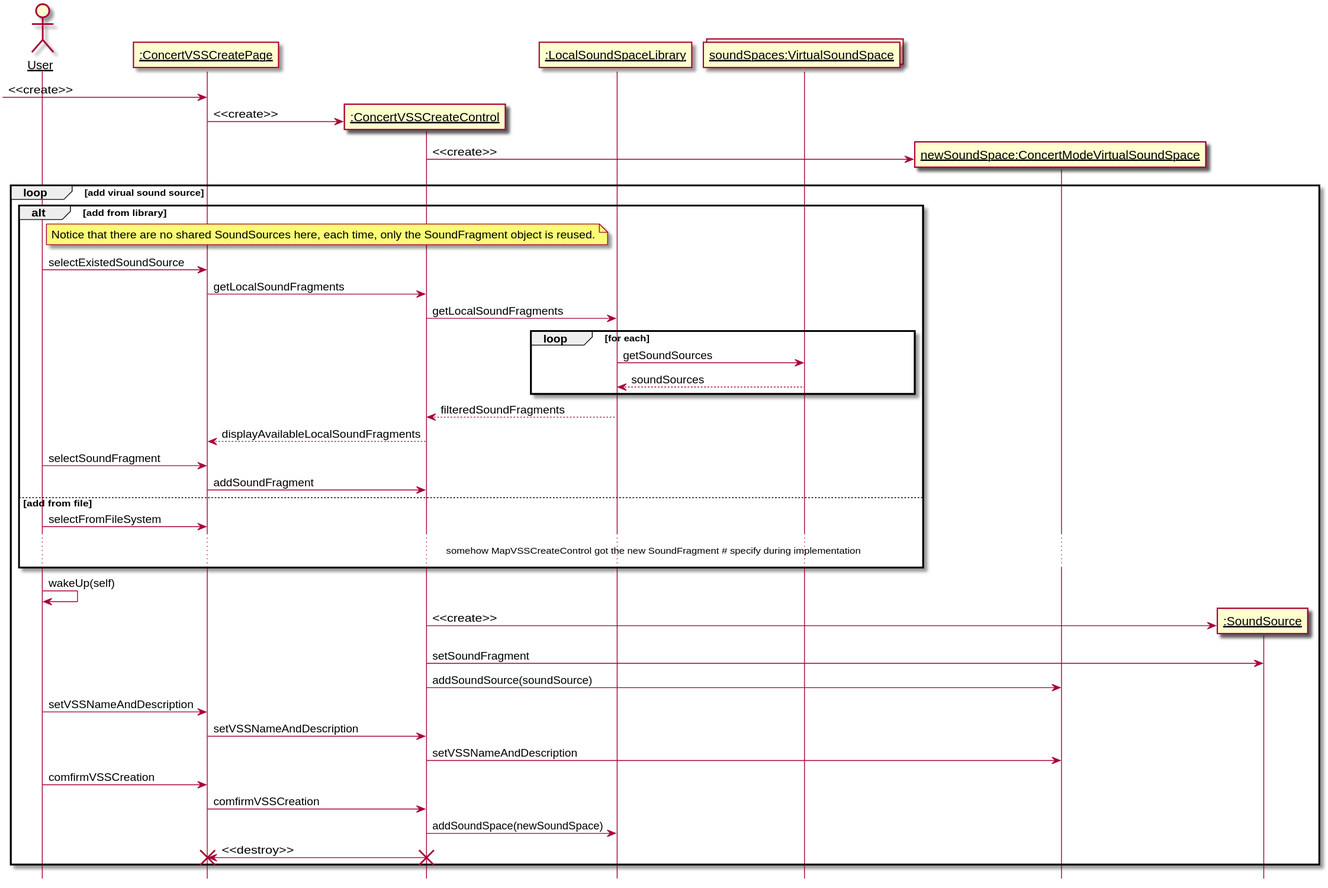
This is 需求定义和分析/CreateConcertModeVSS.svg from kpp19920121/doc, a PlantUML export, as it was before one commit. The source it was exported from:
```plantuml
@startuml CreateConcertModeVSS
hide footbox
skinparam sequenceParticipant underline


actor User as user
participant ":ConcertVSSCreatePage" as createboundary
participant ":ConcertVSSCreateControl" as createcontrol
participant ":LocalSoundSpaceLibrary" as library
collections "soundSpaces:VirtualSoundSpace" as vsses
participant "newSoundSpace:ConcertModeVirtualSoundSpace" as newspace

create createboundary
-> createboundary: <<create>>
create createcontrol
createboundary -> createcontrol: <<create>>
create newspace
createcontrol -> newspace: <<create>>

loop add virual sound source
    alt add from library
        note right of user: Notice that there are no shared SoundSources here, each time, only the SoundFragment object is reused.
        user -> createboundary: selectExistedSoundSource
        createboundary -> createcontrol: getLocalSoundFragments
        createcontrol -> library: getLocalSoundFragments
        loop for each
            library -> vsses: getSoundSources
            vsses --> library: soundSources
        end
        library --> createcontrol: filteredSoundFragments
        createcontrol --> createboundary: displayAvailableLocalSoundFragments
        user -> createboundary: selectSoundFragment
        createboundary -> createcontrol: addSoundFragment
    else add from file
        user -> createboundary: selectFromFileSystem
        ...somehow MapVSSCreateControl got the new SoundFragment # specify during implementation...
    end


    participant ":SoundSource" as source
    user -> user: wakeUp(self)
    create source
    createcontrol -> source: <<create>>
    createcontrol -> source: setSoundFragment
    createcontrol -> newspace: addSoundSource(soundSource)
    user -> createboundary: setVSSNameAndDescription
    createboundary -> createcontrol: setVSSNameAndDescription
    createcontrol -> newspace: setVSSNameAndDescription
    user -> createboundary: comfirmVSSCreation
    createboundary -> createcontrol: comfirmVSSCreation
    createcontrol -> library: addSoundSpace(newSoundSpace)

    createcontrol -> createboundary: <<destroy>>
    destroy createboundary
    destroy createcontrol


end
@enduml
```
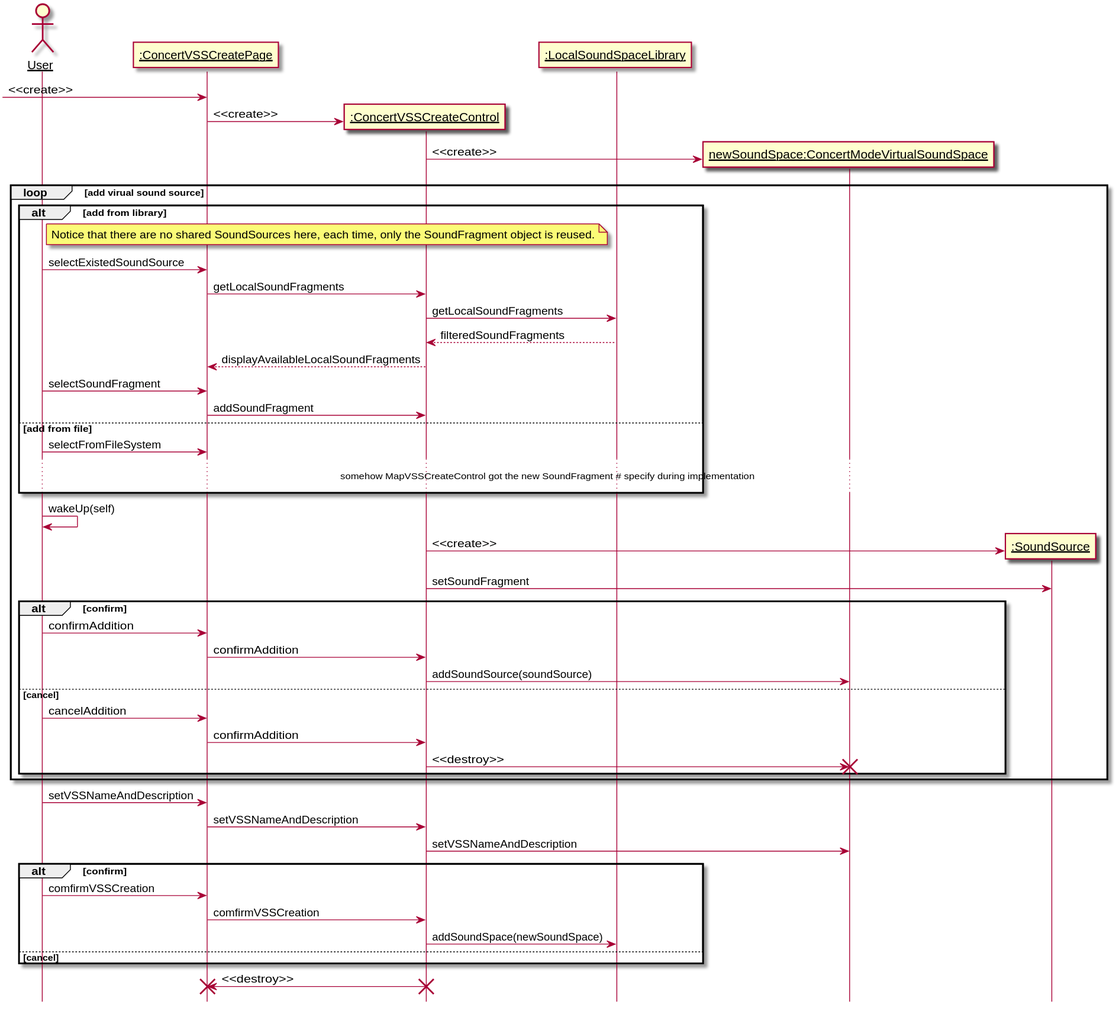
Later version of the same file.

Change to the diagram source:
```diff
@@ -7,7 +7,6 @@
 participant ":ConcertVSSCreatePage" as createboundary
 participant ":ConcertVSSCreateControl" as createcontrol
 participant ":LocalSoundSpaceLibrary" as library
-collections "soundSpaces:VirtualSoundSpace" as vsses
 participant "newSoundSpace:ConcertModeVirtualSoundSpace" as newspace
 
 create createboundary
@@ -23,10 +22,6 @@
         user -> createboundary: selectExistedSoundSource
         createboundary -> createcontrol: getLocalSoundFragments
         createcontrol -> library: getLocalSoundFragments
-        loop for each
-            library -> vsses: getSoundSources
-            vsses --> library: soundSources
-        end
         library --> createcontrol: filteredSoundFragments
         createcontrol --> createboundary: displayAvailableLocalSoundFragments
         user -> createboundary: selectSoundFragment
@@ -42,18 +37,28 @@
     create source
     createcontrol -> source: <<create>>
     createcontrol -> source: setSoundFragment
-    createcontrol -> newspace: addSoundSource(soundSource)
-    user -> createboundary: setVSSNameAndDescription
-    createboundary -> createcontrol: setVSSNameAndDescription
-    createcontrol -> newspace: setVSSNameAndDescription
+    alt confirm
+        user -> createboundary: confirmAddition
+        createboundary -> createcontrol: confirmAddition
+        createcontrol -> newspace: addSoundSource(soundSource)
+    else cancel
+        user -> createboundary: cancelAddition
+        createboundary -> createcontrol: confirmAddition
+        createcontrol -> newspace: <<destroy>>
+        destroy newspace
+    end
+
+end
+user -> createboundary: setVSSNameAndDescription
+createboundary -> createcontrol: setVSSNameAndDescription
+createcontrol -> newspace: setVSSNameAndDescription
+alt confirm
     user -> createboundary: comfirmVSSCreation
     createboundary -> createcontrol: comfirmVSSCreation
     createcontrol -> library: addSoundSpace(newSoundSpace)
-
-    createcontrol -> createboundary: <<destroy>>
-    destroy createboundary
-    destroy createcontrol
-
-
+else cancel
 end
+createcontrol -> createboundary: <<destroy>>
+destroy createboundary
+destroy createcontrol
 @enduml
```
